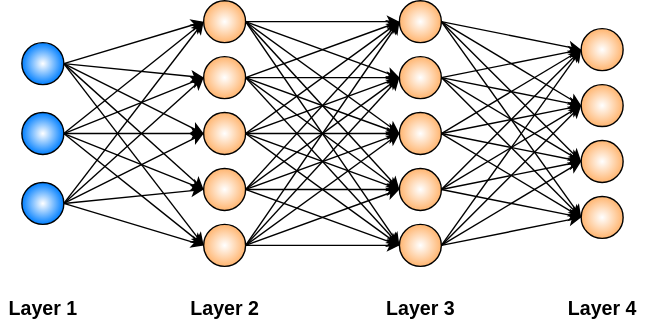
This is media/4L neural network.drawio.svg from arun-jathari/data-science-, a draw.io export, as it was before one commit. Source tidied: cells renumbered, new cells last; positions are measured from the earlier drawing's top-left corner, leaving out a move shared by most shapes. The source it was exported from:
```xml
<mxGraphModel>
  <root>
    <mxCell id="0" />
    <mxCell id="1" parent="0" />
    <mxCell id="2" style="rounded=0;jettySize=auto;html=1;exitX=1;exitY=0.5;exitDx=0;exitDy=0;entryX=0;entryY=0.5;entryDx=0;entryDy=0;" parent="1" edge="1" source="7" target="25">
      <mxGeometry relative="1" as="geometry" />
    </mxCell>
    <mxCell id="3" style="rounded=0;jettySize=auto;html=1;exitX=1;exitY=0.5;exitDx=0;exitDy=0;entryX=0;entryY=0.5;entryDx=0;entryDy=0;" parent="1" edge="1" source="7" target="31">
      <mxGeometry relative="1" as="geometry" />
    </mxCell>
    <mxCell id="4" style="rounded=0;jettySize=auto;html=1;exitX=1;exitY=0.5;exitDx=0;exitDy=0;entryX=0;entryY=0.5;entryDx=0;entryDy=0;" parent="1" edge="1" source="7" target="37">
      <mxGeometry relative="1" as="geometry" />
    </mxCell>
    <mxCell id="5" style="rounded=0;jettySize=auto;html=1;exitX=1;exitY=0.5;exitDx=0;exitDy=0;entryX=0;entryY=0.5;entryDx=0;entryDy=0;" parent="1" edge="1" source="7" target="43">
      <mxGeometry relative="1" as="geometry" />
    </mxCell>
    <mxCell id="6" style="rounded=0;jettySize=auto;html=1;exitX=1;exitY=0.5;exitDx=0;exitDy=0;entryX=0;entryY=0.5;entryDx=0;entryDy=0;" parent="1" edge="1" source="7" target="49">
      <mxGeometry relative="1" as="geometry" />
    </mxCell>
    <mxCell id="7" style="ellipse;whiteSpace=wrap;html=1;gradientColor=#007FFF;gradientDirection=radial;" parent="1" vertex="1">
      <mxGeometry x="15" y="30" width="30" height="30" as="geometry" />
    </mxCell>
    <mxCell id="8" style="edgeStyle=none;rounded=0;jettySize=auto;html=1;exitX=1;exitY=0.5;exitDx=0;exitDy=0;entryX=0;entryY=0.5;entryDx=0;entryDy=0;" parent="1" edge="1" source="13" target="25">
      <mxGeometry relative="1" as="geometry" />
    </mxCell>
    <mxCell id="9" style="edgeStyle=none;rounded=0;jettySize=auto;html=1;exitX=1;exitY=0.5;exitDx=0;exitDy=0;entryX=0;entryY=0.5;entryDx=0;entryDy=0;" parent="1" edge="1" source="13" target="31">
      <mxGeometry relative="1" as="geometry" />
    </mxCell>
    <mxCell id="10" style="edgeStyle=none;rounded=0;jettySize=auto;html=1;exitX=1;exitY=0.5;exitDx=0;exitDy=0;entryX=0;entryY=0.5;entryDx=0;entryDy=0;" parent="1" edge="1" source="13" target="37">
      <mxGeometry relative="1" as="geometry" />
    </mxCell>
    <mxCell id="11" style="edgeStyle=none;rounded=0;jettySize=auto;html=1;exitX=1;exitY=0.5;exitDx=0;exitDy=0;entryX=0;entryY=0.5;entryDx=0;entryDy=0;" parent="1" edge="1" source="13" target="43">
      <mxGeometry relative="1" as="geometry" />
    </mxCell>
    <mxCell id="12" style="edgeStyle=none;rounded=0;jettySize=auto;html=1;exitX=1;exitY=0.5;exitDx=0;exitDy=0;entryX=0;entryY=0.5;entryDx=0;entryDy=0;" parent="1" edge="1" source="13" target="49">
      <mxGeometry relative="1" as="geometry" />
    </mxCell>
    <mxCell id="13" style="ellipse;whiteSpace=wrap;html=1;gradientColor=#007FFF;gradientDirection=radial;" parent="1" vertex="1">
      <mxGeometry x="15" y="80" width="30" height="30" as="geometry" />
    </mxCell>
    <mxCell id="14" style="edgeStyle=none;rounded=0;jettySize=auto;html=1;exitX=1;exitY=0.5;exitDx=0;exitDy=0;entryX=0;entryY=0.5;entryDx=0;entryDy=0;" parent="1" edge="1" source="19" target="25">
      <mxGeometry relative="1" as="geometry" />
    </mxCell>
    <mxCell id="15" style="edgeStyle=none;rounded=0;jettySize=auto;html=1;exitX=1;exitY=0.5;exitDx=0;exitDy=0;entryX=0;entryY=0.5;entryDx=0;entryDy=0;" parent="1" edge="1" source="19" target="31">
      <mxGeometry relative="1" as="geometry" />
    </mxCell>
    <mxCell id="16" style="edgeStyle=none;rounded=0;jettySize=auto;html=1;exitX=1;exitY=0.5;exitDx=0;exitDy=0;entryX=0;entryY=0.5;entryDx=0;entryDy=0;" parent="1" edge="1" source="19" target="37">
      <mxGeometry relative="1" as="geometry" />
    </mxCell>
    <mxCell id="17" style="edgeStyle=none;rounded=0;jettySize=auto;html=1;exitX=1;exitY=0.5;exitDx=0;exitDy=0;entryX=0;entryY=0.5;entryDx=0;entryDy=0;" parent="1" edge="1" source="19" target="43">
      <mxGeometry relative="1" as="geometry" />
    </mxCell>
    <mxCell id="18" style="edgeStyle=none;rounded=0;jettySize=auto;html=1;exitX=1;exitY=0.5;exitDx=0;exitDy=0;entryX=0;entryY=0.5;entryDx=0;entryDy=0;" parent="1" edge="1" source="19" target="49">
      <mxGeometry relative="1" as="geometry" />
    </mxCell>
    <mxCell id="19" style="ellipse;whiteSpace=wrap;html=1;gradientColor=#007FFF;gradientDirection=radial;" parent="1" vertex="1">
      <mxGeometry x="15" y="130" width="30" height="30" as="geometry" />
    </mxCell>
    <mxCell id="20" style="edgeStyle=none;rounded=0;jettySize=auto;html=1;exitX=1;exitY=0.5;exitDx=0;exitDy=0;" parent="1" edge="1" source="25" target="54">
      <mxGeometry relative="1" as="geometry" />
    </mxCell>
    <mxCell id="21" style="edgeStyle=none;rounded=0;jettySize=auto;html=1;exitX=1;exitY=0.5;exitDx=0;exitDy=0;entryX=0;entryY=0.5;entryDx=0;entryDy=0;" parent="1" edge="1" source="25" target="59">
      <mxGeometry relative="1" as="geometry" />
    </mxCell>
    <mxCell id="22" style="edgeStyle=none;rounded=0;jettySize=auto;html=1;exitX=1;exitY=0.5;exitDx=0;exitDy=0;entryX=0;entryY=0.5;entryDx=0;entryDy=0;" parent="1" edge="1" source="25" target="64">
      <mxGeometry relative="1" as="geometry" />
    </mxCell>
    <mxCell id="23" style="edgeStyle=none;rounded=0;jettySize=auto;html=1;exitX=1;exitY=0.5;exitDx=0;exitDy=0;entryX=0;entryY=0.5;entryDx=0;entryDy=0;" parent="1" edge="1" source="25" target="69">
      <mxGeometry relative="1" as="geometry" />
    </mxCell>
    <mxCell id="24" style="edgeStyle=none;rounded=0;jettySize=auto;html=1;exitX=1;exitY=0.5;exitDx=0;exitDy=0;entryX=0;entryY=0.5;entryDx=0;entryDy=0;" parent="1" edge="1" source="25" target="74">
      <mxGeometry relative="1" as="geometry" />
    </mxCell>
    <mxCell id="25" style="ellipse;whiteSpace=wrap;html=1;fillColor=default;gradientColor=#FFB570;gradientDirection=radial;" parent="1" vertex="1">
      <mxGeometry x="145" width="30" height="30" as="geometry" />
    </mxCell>
    <mxCell id="26" style="edgeStyle=none;rounded=0;jettySize=auto;html=1;exitX=1;exitY=0.5;exitDx=0;exitDy=0;entryX=0;entryY=0.5;entryDx=0;entryDy=0;" parent="1" edge="1" source="31" target="54">
      <mxGeometry relative="1" as="geometry" />
    </mxCell>
    <mxCell id="27" style="edgeStyle=none;rounded=0;jettySize=auto;html=1;exitX=1;exitY=0.5;exitDx=0;exitDy=0;entryX=0;entryY=0.5;entryDx=0;entryDy=0;" parent="1" edge="1" source="31" target="59">
      <mxGeometry relative="1" as="geometry" />
    </mxCell>
    <mxCell id="28" style="edgeStyle=none;rounded=0;jettySize=auto;html=1;exitX=1;exitY=0.5;exitDx=0;exitDy=0;entryX=0;entryY=0.5;entryDx=0;entryDy=0;" parent="1" edge="1" source="31" target="64">
      <mxGeometry relative="1" as="geometry" />
    </mxCell>
    <mxCell id="29" style="edgeStyle=none;rounded=0;jettySize=auto;html=1;exitX=1;exitY=0.5;exitDx=0;exitDy=0;entryX=0;entryY=0.5;entryDx=0;entryDy=0;" parent="1" edge="1" source="31" target="69">
      <mxGeometry relative="1" as="geometry" />
    </mxCell>
    <mxCell id="30" style="edgeStyle=none;rounded=0;jettySize=auto;html=1;exitX=1;exitY=0.5;exitDx=0;exitDy=0;entryX=0;entryY=0.5;entryDx=0;entryDy=0;" parent="1" edge="1" source="31" target="74">
      <mxGeometry relative="1" as="geometry" />
    </mxCell>
    <mxCell id="31" style="ellipse;whiteSpace=wrap;html=1;fillColor=default;gradientColor=#FFB570;gradientDirection=radial;" parent="1" vertex="1">
      <mxGeometry x="145" y="40" width="30" height="30" as="geometry" />
    </mxCell>
    <mxCell id="32" style="edgeStyle=none;rounded=0;jettySize=auto;html=1;exitX=1;exitY=0.5;exitDx=0;exitDy=0;entryX=0;entryY=0.5;entryDx=0;entryDy=0;" parent="1" edge="1" source="37" target="54">
      <mxGeometry relative="1" as="geometry" />
    </mxCell>
    <mxCell id="33" style="edgeStyle=none;rounded=0;jettySize=auto;html=1;exitX=1;exitY=0.5;exitDx=0;exitDy=0;entryX=0;entryY=0.5;entryDx=0;entryDy=0;" parent="1" edge="1" source="37" target="59">
      <mxGeometry relative="1" as="geometry" />
    </mxCell>
    <mxCell id="34" style="edgeStyle=none;rounded=0;jettySize=auto;html=1;exitX=1;exitY=0.5;exitDx=0;exitDy=0;entryX=0;entryY=0.5;entryDx=0;entryDy=0;" parent="1" edge="1" source="37" target="64">
      <mxGeometry relative="1" as="geometry" />
    </mxCell>
    <mxCell id="35" style="edgeStyle=none;rounded=0;jettySize=auto;html=1;exitX=1;exitY=0.5;exitDx=0;exitDy=0;entryX=0;entryY=0.5;entryDx=0;entryDy=0;" parent="1" edge="1" source="37" target="69">
      <mxGeometry relative="1" as="geometry" />
    </mxCell>
    <mxCell id="36" style="edgeStyle=none;rounded=0;jettySize=auto;html=1;exitX=1;exitY=0.5;exitDx=0;exitDy=0;entryX=0;entryY=0.5;entryDx=0;entryDy=0;" parent="1" edge="1" source="37" target="74">
      <mxGeometry relative="1" as="geometry" />
    </mxCell>
    <mxCell id="37" style="ellipse;whiteSpace=wrap;html=1;fillColor=default;gradientColor=#FFB570;gradientDirection=radial;" parent="1" vertex="1">
      <mxGeometry x="145" y="80" width="30" height="30" as="geometry" />
    </mxCell>
    <mxCell id="38" style="edgeStyle=none;rounded=0;jettySize=auto;html=1;exitX=1;exitY=0.5;exitDx=0;exitDy=0;entryX=0;entryY=0.5;entryDx=0;entryDy=0;" parent="1" edge="1" source="43" target="54">
      <mxGeometry relative="1" as="geometry" />
    </mxCell>
    <mxCell id="39" style="edgeStyle=none;rounded=0;jettySize=auto;html=1;exitX=1;exitY=0.5;exitDx=0;exitDy=0;entryX=0;entryY=0.5;entryDx=0;entryDy=0;" parent="1" edge="1" source="43" target="59">
      <mxGeometry relative="1" as="geometry" />
    </mxCell>
    <mxCell id="40" style="edgeStyle=none;rounded=0;jettySize=auto;html=1;exitX=1;exitY=0.5;exitDx=0;exitDy=0;entryX=0;entryY=0.5;entryDx=0;entryDy=0;" parent="1" edge="1" source="43" target="64">
      <mxGeometry relative="1" as="geometry" />
    </mxCell>
    <mxCell id="41" style="edgeStyle=none;rounded=0;jettySize=auto;html=1;exitX=1;exitY=0.5;exitDx=0;exitDy=0;entryX=0;entryY=0.5;entryDx=0;entryDy=0;" parent="1" edge="1" source="43" target="69">
      <mxGeometry relative="1" as="geometry" />
    </mxCell>
    <mxCell id="42" style="edgeStyle=none;rounded=0;jettySize=auto;html=1;exitX=1;exitY=0.5;exitDx=0;exitDy=0;entryX=0;entryY=0.5;entryDx=0;entryDy=0;" parent="1" edge="1" source="43" target="74">
      <mxGeometry relative="1" as="geometry" />
    </mxCell>
    <mxCell id="43" style="ellipse;whiteSpace=wrap;html=1;fillColor=default;gradientColor=#FFB570;gradientDirection=radial;" parent="1" vertex="1">
      <mxGeometry x="145" y="120" width="30" height="30" as="geometry" />
    </mxCell>
    <mxCell id="44" style="edgeStyle=none;rounded=0;jettySize=auto;html=1;exitX=1;exitY=0.5;exitDx=0;exitDy=0;entryX=0;entryY=0.5;entryDx=0;entryDy=0;" parent="1" edge="1" source="49" target="54">
      <mxGeometry relative="1" as="geometry" />
    </mxCell>
    <mxCell id="45" style="edgeStyle=none;rounded=0;jettySize=auto;html=1;exitX=1;exitY=0.5;exitDx=0;exitDy=0;entryX=0;entryY=0.5;entryDx=0;entryDy=0;" parent="1" edge="1" source="49" target="59">
      <mxGeometry relative="1" as="geometry" />
    </mxCell>
    <mxCell id="46" style="edgeStyle=none;rounded=0;jettySize=auto;html=1;exitX=1;exitY=0.5;exitDx=0;exitDy=0;entryX=0;entryY=0.5;entryDx=0;entryDy=0;" parent="1" edge="1" source="49" target="64">
      <mxGeometry relative="1" as="geometry" />
    </mxCell>
    <mxCell id="47" style="edgeStyle=none;rounded=0;jettySize=auto;html=1;exitX=1;exitY=0.5;exitDx=0;exitDy=0;entryX=0;entryY=0.5;entryDx=0;entryDy=0;" parent="1" edge="1" source="49" target="74">
      <mxGeometry relative="1" as="geometry" />
    </mxCell>
    <mxCell id="48" style="edgeStyle=none;rounded=0;jettySize=auto;html=1;exitX=1;exitY=0.5;exitDx=0;exitDy=0;entryX=0;entryY=0.5;entryDx=0;entryDy=0;" parent="1" edge="1" source="49" target="69">
      <mxGeometry relative="1" as="geometry" />
    </mxCell>
    <mxCell id="49" style="ellipse;whiteSpace=wrap;html=1;fillColor=default;gradientColor=#FFB570;gradientDirection=radial;" parent="1" vertex="1">
      <mxGeometry x="145" y="160" width="30" height="30" as="geometry" />
    </mxCell>
    <mxCell id="50" style="edgeStyle=none;rounded=0;jettySize=auto;html=1;exitX=1;exitY=0.5;exitDx=0;exitDy=0;entryX=0;entryY=0.5;entryDx=0;entryDy=0;" parent="1" edge="1" source="54" target="75">
      <mxGeometry relative="1" as="geometry" />
    </mxCell>
    <mxCell id="51" style="edgeStyle=none;rounded=0;jettySize=auto;html=1;exitX=1;exitY=0.5;exitDx=0;exitDy=0;entryX=0;entryY=0.5;entryDx=0;entryDy=0;" parent="1" edge="1" source="54" target="76">
      <mxGeometry relative="1" as="geometry" />
    </mxCell>
    <mxCell id="52" style="edgeStyle=none;rounded=0;jettySize=auto;html=1;exitX=1;exitY=0.5;exitDx=0;exitDy=0;entryX=0;entryY=0.5;entryDx=0;entryDy=0;" parent="1" edge="1" source="54" target="77">
      <mxGeometry relative="1" as="geometry" />
    </mxCell>
    <mxCell id="53" style="edgeStyle=none;rounded=0;jettySize=auto;html=1;exitX=1;exitY=0.5;exitDx=0;exitDy=0;entryX=0;entryY=0.5;entryDx=0;entryDy=0;" parent="1" edge="1" source="54" target="78">
      <mxGeometry relative="1" as="geometry" />
    </mxCell>
    <mxCell id="54" style="ellipse;whiteSpace=wrap;html=1;fillColor=default;gradientColor=#FFB570;gradientDirection=radial;" parent="1" vertex="1">
      <mxGeometry x="285" width="30" height="30" as="geometry" />
    </mxCell>
    <mxCell id="55" style="edgeStyle=none;rounded=0;jettySize=auto;html=1;exitX=1;exitY=0.5;exitDx=0;exitDy=0;entryX=0;entryY=0.5;entryDx=0;entryDy=0;" parent="1" edge="1" source="59" target="75">
      <mxGeometry relative="1" as="geometry" />
    </mxCell>
    <mxCell id="56" style="edgeStyle=none;rounded=0;jettySize=auto;html=1;exitX=1;exitY=0.5;exitDx=0;exitDy=0;entryX=0;entryY=0.5;entryDx=0;entryDy=0;" parent="1" edge="1" source="59" target="76">
      <mxGeometry relative="1" as="geometry" />
    </mxCell>
    <mxCell id="57" style="edgeStyle=none;rounded=0;jettySize=auto;html=1;exitX=1;exitY=0.5;exitDx=0;exitDy=0;entryX=0;entryY=0.5;entryDx=0;entryDy=0;" parent="1" edge="1" source="59" target="77">
      <mxGeometry relative="1" as="geometry" />
    </mxCell>
    <mxCell id="58" style="edgeStyle=none;rounded=0;jettySize=auto;html=1;exitX=1;exitY=0.5;exitDx=0;exitDy=0;entryX=0;entryY=0.5;entryDx=0;entryDy=0;" parent="1" edge="1" source="59" target="78">
      <mxGeometry relative="1" as="geometry" />
    </mxCell>
    <mxCell id="59" style="ellipse;whiteSpace=wrap;html=1;fillColor=default;gradientColor=#FFB570;gradientDirection=radial;" parent="1" vertex="1">
      <mxGeometry x="285" y="40" width="30" height="30" as="geometry" />
    </mxCell>
    <mxCell id="60" style="edgeStyle=none;rounded=0;jettySize=auto;html=1;exitX=1;exitY=0.5;exitDx=0;exitDy=0;entryX=0;entryY=0.5;entryDx=0;entryDy=0;" parent="1" edge="1" source="64" target="75">
      <mxGeometry relative="1" as="geometry" />
    </mxCell>
    <mxCell id="61" style="edgeStyle=none;rounded=0;jettySize=auto;html=1;exitX=1;exitY=0.5;exitDx=0;exitDy=0;entryX=0;entryY=0.5;entryDx=0;entryDy=0;" parent="1" edge="1" source="64" target="76">
      <mxGeometry relative="1" as="geometry" />
    </mxCell>
    <mxCell id="62" style="edgeStyle=none;rounded=0;jettySize=auto;html=1;exitX=1;exitY=0.5;exitDx=0;exitDy=0;entryX=0;entryY=0.5;entryDx=0;entryDy=0;" parent="1" edge="1" source="64" target="77">
      <mxGeometry relative="1" as="geometry" />
    </mxCell>
    <mxCell id="63" style="edgeStyle=none;rounded=0;jettySize=auto;html=1;exitX=1;exitY=0.5;exitDx=0;exitDy=0;entryX=0;entryY=0.5;entryDx=0;entryDy=0;" parent="1" edge="1" source="64" target="78">
      <mxGeometry relative="1" as="geometry" />
    </mxCell>
    <mxCell id="64" style="ellipse;whiteSpace=wrap;html=1;fillColor=default;gradientColor=#FFB570;gradientDirection=radial;" parent="1" vertex="1">
      <mxGeometry x="285" y="80" width="30" height="30" as="geometry" />
    </mxCell>
    <mxCell id="65" style="edgeStyle=none;rounded=0;jettySize=auto;html=1;exitX=1;exitY=0.5;exitDx=0;exitDy=0;entryX=0;entryY=0.5;entryDx=0;entryDy=0;" parent="1" edge="1" source="69" target="75">
      <mxGeometry relative="1" as="geometry" />
    </mxCell>
    <mxCell id="66" style="edgeStyle=none;rounded=0;jettySize=auto;html=1;exitX=1;exitY=0.5;exitDx=0;exitDy=0;entryX=0;entryY=0.5;entryDx=0;entryDy=0;" parent="1" edge="1" source="69" target="76">
      <mxGeometry relative="1" as="geometry" />
    </mxCell>
    <mxCell id="67" style="edgeStyle=none;rounded=0;jettySize=auto;html=1;exitX=1;exitY=0.5;exitDx=0;exitDy=0;entryX=0;entryY=0.5;entryDx=0;entryDy=0;" parent="1" edge="1" source="69" target="77">
      <mxGeometry relative="1" as="geometry" />
    </mxCell>
    <mxCell id="68" style="edgeStyle=none;rounded=0;jettySize=auto;html=1;exitX=1;exitY=0.5;exitDx=0;exitDy=0;entryX=0;entryY=0.5;entryDx=0;entryDy=0;" parent="1" edge="1" source="69" target="78">
      <mxGeometry relative="1" as="geometry" />
    </mxCell>
    <mxCell id="69" style="ellipse;whiteSpace=wrap;html=1;fillColor=default;gradientColor=#FFB570;gradientDirection=radial;" parent="1" vertex="1">
      <mxGeometry x="285" y="120" width="30" height="30" as="geometry" />
    </mxCell>
    <mxCell id="70" style="edgeStyle=none;rounded=0;jettySize=auto;html=1;exitX=1;exitY=0.5;exitDx=0;exitDy=0;entryX=0;entryY=0.5;entryDx=0;entryDy=0;" parent="1" edge="1" source="74" target="75">
      <mxGeometry relative="1" as="geometry" />
    </mxCell>
    <mxCell id="71" style="edgeStyle=none;rounded=0;jettySize=auto;html=1;exitX=1;exitY=0.5;exitDx=0;exitDy=0;entryX=0;entryY=0.5;entryDx=0;entryDy=0;" parent="1" edge="1" source="74" target="76">
      <mxGeometry relative="1" as="geometry" />
    </mxCell>
    <mxCell id="72" style="edgeStyle=none;rounded=0;jettySize=auto;html=1;exitX=1;exitY=0.5;exitDx=0;exitDy=0;entryX=0;entryY=0.5;entryDx=0;entryDy=0;" parent="1" edge="1" source="74" target="77">
      <mxGeometry relative="1" as="geometry" />
    </mxCell>
    <mxCell id="73" style="edgeStyle=none;rounded=0;jettySize=auto;html=1;exitX=1;exitY=0.5;exitDx=0;exitDy=0;entryX=0;entryY=0.5;entryDx=0;entryDy=0;" parent="1" edge="1" source="74" target="78">
      <mxGeometry relative="1" as="geometry" />
    </mxCell>
    <mxCell id="74" style="ellipse;whiteSpace=wrap;html=1;fillColor=default;gradientColor=#FFB570;gradientDirection=radial;" parent="1" vertex="1">
      <mxGeometry x="285" y="160" width="30" height="30" as="geometry" />
    </mxCell>
    <mxCell id="75" style="ellipse;whiteSpace=wrap;html=1;fillColor=default;gradientColor=#FFB570;gradientDirection=radial;" parent="1" vertex="1">
      <mxGeometry x="415" y="20" width="30" height="30" as="geometry" />
    </mxCell>
    <mxCell id="76" style="ellipse;whiteSpace=wrap;html=1;fillColor=default;gradientColor=#FFB570;gradientDirection=radial;" parent="1" vertex="1">
      <mxGeometry x="415" y="60" width="30" height="30" as="geometry" />
    </mxCell>
    <mxCell id="77" style="ellipse;whiteSpace=wrap;html=1;fillColor=default;gradientColor=#FFB570;gradientDirection=radial;" parent="1" vertex="1">
      <mxGeometry x="415" y="100" width="30" height="30" as="geometry" />
    </mxCell>
    <mxCell id="78" style="ellipse;whiteSpace=wrap;html=1;fillColor=default;gradientColor=#FFB570;gradientDirection=radial;" parent="1" vertex="1">
      <mxGeometry x="415" y="140" width="30" height="30" as="geometry" />
    </mxCell>
    <mxCell id="79" value="&lt;b&gt;&lt;font style=&quot;font-size: 14px&quot;&gt;Layer 1&lt;/font&gt;&lt;/b&gt;" style="text;html=1;align=center;verticalAlign=middle;strokeColor=none;fillColor=none;" parent="1" vertex="1">
      <mxGeometry y="210" width="60" height="20" as="geometry" />
    </mxCell>
    <mxCell id="80" value="&lt;b&gt;&lt;font style=&quot;font-size: 14px&quot;&gt;Layer 4&lt;/font&gt;&lt;/b&gt;" style="text;html=1;align=center;verticalAlign=middle;strokeColor=none;fillColor=none;" parent="1" vertex="1">
      <mxGeometry x="400" y="210" width="60" height="20" as="geometry" />
    </mxCell>
    <mxCell id="81" value="&lt;b&gt;&lt;font style=&quot;font-size: 14px&quot;&gt;Layer 3&lt;/font&gt;&lt;/b&gt;" style="text;html=1;align=center;verticalAlign=middle;strokeColor=none;fillColor=none;" parent="1" vertex="1">
      <mxGeometry x="270" y="210" width="60" height="20" as="geometry" />
    </mxCell>
    <mxCell id="82" value="&lt;b&gt;&lt;font style=&quot;font-size: 14px&quot;&gt;Layer 2&lt;/font&gt;&lt;/b&gt;" style="text;html=1;align=center;verticalAlign=middle;strokeColor=none;fillColor=none;" parent="1" vertex="1">
      <mxGeometry x="130" y="210" width="60" height="20" as="geometry" />
    </mxCell>
  </root>
</mxGraphModel>
```
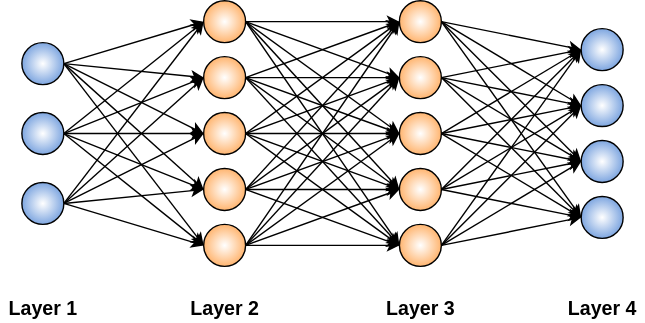
After the change.

The edit, as a diff of the source:
```diff
@@ -17,7 +17,7 @@
     <mxCell id="6" style="rounded=0;jettySize=auto;html=1;exitX=1;exitY=0.5;exitDx=0;exitDy=0;entryX=0;entryY=0.5;entryDx=0;entryDy=0;" parent="1" edge="1" source="7" target="49">
       <mxGeometry relative="1" as="geometry" />
     </mxCell>
-    <mxCell id="7" style="ellipse;whiteSpace=wrap;html=1;gradientColor=#007FFF;gradientDirection=radial;" parent="1" vertex="1">
+    <mxCell id="7" style="ellipse;whiteSpace=wrap;html=1;gradientColor=#7EA6E0;gradientDirection=radial;" parent="1" vertex="1">
       <mxGeometry x="15" y="30" width="30" height="30" as="geometry" />
     </mxCell>
     <mxCell id="8" style="edgeStyle=none;rounded=0;jettySize=auto;html=1;exitX=1;exitY=0.5;exitDx=0;exitDy=0;entryX=0;entryY=0.5;entryDx=0;entryDy=0;" parent="1" edge="1" source="13" target="25">
@@ -35,7 +35,7 @@
     <mxCell id="12" style="edgeStyle=none;rounded=0;jettySize=auto;html=1;exitX=1;exitY=0.5;exitDx=0;exitDy=0;entryX=0;entryY=0.5;entryDx=0;entryDy=0;" parent="1" edge="1" source="13" target="49">
       <mxGeometry relative="1" as="geometry" />
     </mxCell>
-    <mxCell id="13" style="ellipse;whiteSpace=wrap;html=1;gradientColor=#007FFF;gradientDirection=radial;" parent="1" vertex="1">
+    <mxCell id="13" style="ellipse;whiteSpace=wrap;html=1;gradientColor=#7EA6E0;gradientDirection=radial;" parent="1" vertex="1">
       <mxGeometry x="15" y="80" width="30" height="30" as="geometry" />
     </mxCell>
     <mxCell id="14" style="edgeStyle=none;rounded=0;jettySize=auto;html=1;exitX=1;exitY=0.5;exitDx=0;exitDy=0;entryX=0;entryY=0.5;entryDx=0;entryDy=0;" parent="1" edge="1" source="19" target="25">
@@ -53,7 +53,7 @@
     <mxCell id="18" style="edgeStyle=none;rounded=0;jettySize=auto;html=1;exitX=1;exitY=0.5;exitDx=0;exitDy=0;entryX=0;entryY=0.5;entryDx=0;entryDy=0;" parent="1" edge="1" source="19" target="49">
       <mxGeometry relative="1" as="geometry" />
     </mxCell>
-    <mxCell id="19" style="ellipse;whiteSpace=wrap;html=1;gradientColor=#007FFF;gradientDirection=radial;" parent="1" vertex="1">
+    <mxCell id="19" style="ellipse;whiteSpace=wrap;html=1;gradientColor=#7EA6E0;gradientDirection=radial;" parent="1" vertex="1">
       <mxGeometry x="15" y="130" width="30" height="30" as="geometry" />
     </mxCell>
     <mxCell id="20" style="edgeStyle=none;rounded=0;jettySize=auto;html=1;exitX=1;exitY=0.5;exitDx=0;exitDy=0;" parent="1" edge="1" source="25" target="54">
@@ -221,16 +221,16 @@
     <mxCell id="74" style="ellipse;whiteSpace=wrap;html=1;fillColor=default;gradientColor=#FFB570;gradientDirection=radial;" parent="1" vertex="1">
       <mxGeometry x="285" y="160" width="30" height="30" as="geometry" />
     </mxCell>
-    <mxCell id="75" style="ellipse;whiteSpace=wrap;html=1;fillColor=default;gradientColor=#FFB570;gradientDirection=radial;" parent="1" vertex="1">
+    <mxCell id="75" style="ellipse;whiteSpace=wrap;html=1;fillColor=default;gradientColor=#7EA6E0;gradientDirection=radial;" parent="1" vertex="1">
       <mxGeometry x="415" y="20" width="30" height="30" as="geometry" />
     </mxCell>
-    <mxCell id="76" style="ellipse;whiteSpace=wrap;html=1;fillColor=default;gradientColor=#FFB570;gradientDirection=radial;" parent="1" vertex="1">
+    <mxCell id="76" style="ellipse;whiteSpace=wrap;html=1;fillColor=default;gradientColor=#7EA6E0;gradientDirection=radial;" parent="1" vertex="1">
       <mxGeometry x="415" y="60" width="30" height="30" as="geometry" />
     </mxCell>
-    <mxCell id="77" style="ellipse;whiteSpace=wrap;html=1;fillColor=default;gradientColor=#FFB570;gradientDirection=radial;" parent="1" vertex="1">
+    <mxCell id="77" style="ellipse;whiteSpace=wrap;html=1;fillColor=default;gradientColor=#7EA6E0;gradientDirection=radial;" parent="1" vertex="1">
       <mxGeometry x="415" y="100" width="30" height="30" as="geometry" />
     </mxCell>
-    <mxCell id="78" style="ellipse;whiteSpace=wrap;html=1;fillColor=default;gradientColor=#FFB570;gradientDirection=radial;" parent="1" vertex="1">
+    <mxCell id="78" style="ellipse;whiteSpace=wrap;html=1;fillColor=default;gradientColor=#7EA6E0;gradientDirection=radial;" parent="1" vertex="1">
       <mxGeometry x="415" y="140" width="30" height="30" as="geometry" />
     </mxCell>
     <mxCell id="79" value="&lt;b&gt;&lt;font style=&quot;font-size: 14px&quot;&gt;Layer 1&lt;/font&gt;&lt;/b&gt;" style="text;html=1;align=center;verticalAlign=middle;strokeColor=none;fillColor=none;" parent="1" vertex="1">
```
